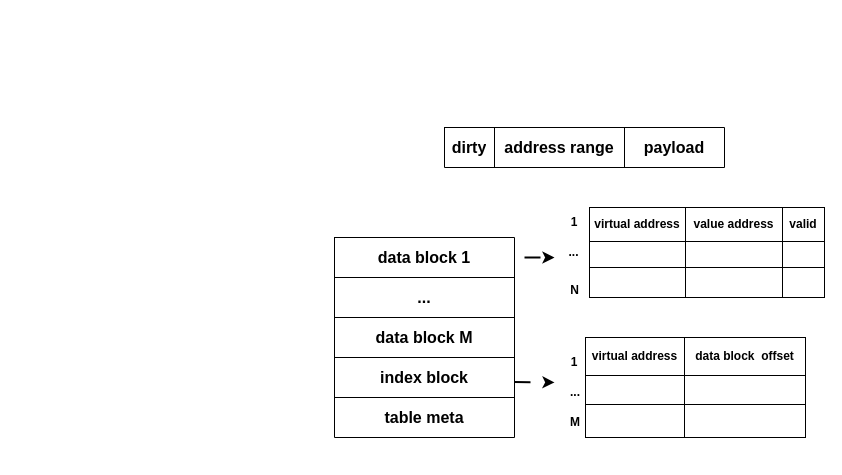
Before: AMTable.drawio in yeqiyi/drawIO, a draw.io diagram. Source tidied: cells renumbered, new cells numbered last; positions are measured from the earlier drawing's top-left corner, leaving out a move shared by most shapes. Both pictures are drawn from the tidied source at 100%, with x=0, y=0 at pixel (334, 127).
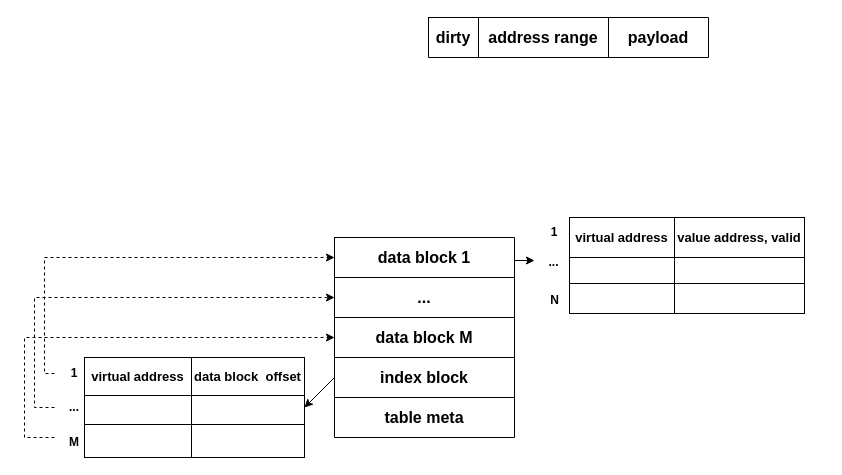
After the change.

The change refers to these unchanged cells:
```xml
<mxCell id="20" style="shape=tableRow;horizontal=0;startSize=0;swimlaneHead=0;swimlaneBody=0;strokeColor=inherit;top=0;left=0;bottom=0;right=0;fillColor=none;points=[[0,0.5],[1,0.5]];portConstraint=eastwest;fontSize=16;" parent="19" vertex="1">
  <mxGeometry width="180" height="40" as="geometry" />
</mxCell>
<mxCell id="24" style="shape=tableRow;horizontal=0;startSize=0;swimlaneHead=0;swimlaneBody=0;strokeColor=inherit;top=0;left=0;bottom=0;right=0;fillColor=none;points=[[0,0.5],[1,0.5]];portConstraint=eastwest;fontSize=16;" parent="19" vertex="1">
  <mxGeometry y="80" width="180" height="40" as="geometry" />
</mxCell>
<mxCell id="31" style="shape=tableRow;horizontal=0;startSize=0;swimlaneHead=0;swimlaneBody=0;top=0;left=0;bottom=0;right=0;fontStyle=0;fillColor=none;strokeColor=inherit;" parent="30" vertex="1">
  <mxGeometry width="220" height="38" as="geometry" />
</mxCell>
<mxCell id="34" style="shape=tableRow;horizontal=0;startSize=0;swimlaneHead=0;swimlaneBody=0;top=0;left=0;bottom=0;right=0;fontStyle=0;fillColor=none;strokeColor=inherit;" parent="30" vertex="1">
  <mxGeometry y="38" width="220" height="29" as="geometry" />
</mxCell>
<mxCell id="37" style="shape=tableRow;horizontal=0;startSize=0;swimlaneHead=0;swimlaneBody=0;top=0;left=0;bottom=0;right=0;fontStyle=0;fillColor=none;strokeColor=inherit;" parent="30" vertex="1">
  <mxGeometry y="67" width="220" height="33" as="geometry" />
</mxCell>
```

What changed in the source:
```diff
@@
     <mxCell id="2" style="childLayout=tableLayout;shadow=0;fillColor=none;" parent="1" vertex="1">
-      <mxGeometry x="255" y="80" width="235" height="90" as="geometry" />
+      <mxGeometry x="235" y="90" width="235" height="96" as="geometry" />
     </mxCell>
     <mxCell id="3" style="shape=tableRow;horizontal=0;startSize=0;swimlaneHead=0;swimlaneBody=0;top=0;left=0;bottom=0;right=0;fontStyle=0;fillColor=none;strokeColor=inherit;" parent="2" vertex="1">
-      <mxGeometry width="235" height="34" as="geometry" />
+      <mxGeometry width="235" height="40" as="geometry" />
     </mxCell>
-    <mxCell id="4" value="&lt;b&gt;virtual address&lt;/b&gt;" style="strokeColor=inherit;fillColor=none;align=center;whiteSpace=wrap;html=1;" parent="3" vertex="1">
-      <mxGeometry width="96" height="34" as="geometry" />
+    <mxCell id="4" value="&lt;b&gt;&lt;font style=&quot;font-size: 13px;&quot;&gt;virtual address&lt;/font&gt;&lt;/b&gt;" style="strokeColor=inherit;fillColor=none;align=center;whiteSpace=wrap;html=1;" parent="3" vertex="1">
+      <mxGeometry width="105" height="40" as="geometry" />
     </mxCell>
-    <mxCell id="5" value="&lt;b&gt;value address&lt;/b&gt;" style="strokeColor=inherit;fillColor=none;align=center;whiteSpace=wrap;html=1;" parent="3" vertex="1">
-      <mxGeometry x="96" width="97" height="34" as="geometry" />
+    <mxCell id="5" value="&lt;b&gt;&lt;font style=&quot;font-size: 13px;&quot;&gt;value address, valid&lt;/font&gt;&lt;/b&gt;" style="strokeColor=inherit;fillColor=none;align=center;whiteSpace=wrap;html=1;" parent="3" vertex="1">
+      <mxGeometry x="105" width="130" height="40" as="geometry" />
     </mxCell>
-    <mxCell id="6" value="&lt;b&gt;valid&lt;/b&gt;" style="strokeColor=inherit;fillColor=none;align=center;whiteSpace=wrap;html=1;" parent="3" vertex="1">
-      <mxGeometry x="193" width="42" height="34" as="geometry" />
-    </mxCell>
     <mxCell id="7" style="shape=tableRow;horizontal=0;startSize=0;swimlaneHead=0;swimlaneBody=0;top=0;left=0;bottom=0;right=0;fontStyle=0;fillColor=none;strokeColor=inherit;" parent="2" vertex="1">
-      <mxGeometry y="34" width="235" height="26" as="geometry" />
+      <mxGeometry y="40" width="235" height="26" as="geometry" />
     </mxCell>
     <mxCell id="8" style="strokeColor=inherit;fillColor=none;align=center;whiteSpace=wrap;html=1;" parent="7" vertex="1">
-      <mxGeometry width="96" height="26" as="geometry" />
+      <mxGeometry width="105" height="26" as="geometry" />
     </mxCell>
     <mxCell id="9" style="strokeColor=inherit;fillColor=none;align=center;whiteSpace=wrap;html=1;" parent="7" vertex="1">
-      <mxGeometry x="96" width="97" height="26" as="geometry" />
+      <mxGeometry x="105" width="130" height="26" as="geometry" />
     </mxCell>
-    <mxCell id="10" style="strokeColor=inherit;fillColor=none;align=center;whiteSpace=wrap;html=1;" parent="7" vertex="1">
-      <mxGeometry x="193" width="42" height="26" as="geometry" />
-    </mxCell>
     <mxCell id="11" style="shape=tableRow;horizontal=0;startSize=0;swimlaneHead=0;swimlaneBody=0;top=0;left=0;bottom=0;right=0;fontStyle=0;fillColor=none;strokeColor=inherit;" parent="2" vertex="1">
-      <mxGeometry y="60" width="235" height="30" as="geometry" />
+      <mxGeometry y="66" width="235" height="30" as="geometry" />
     </mxCell>
     <mxCell id="12" style="strokeColor=inherit;fillColor=none;align=center;whiteSpace=wrap;html=1;" parent="11" vertex="1">
-      <mxGeometry width="96" height="30" as="geometry" />
+      <mxGeometry width="105" height="30" as="geometry" />
     </mxCell>
     <mxCell id="13" style="strokeColor=inherit;fillColor=none;align=center;whiteSpace=wrap;html=1;" parent="11" vertex="1">
-      <mxGeometry x="96" width="97" height="30" as="geometry" />
+      <mxGeometry x="105" width="130" height="30" as="geometry" />
     </mxCell>
-    <mxCell id="14" style="strokeColor=inherit;fillColor=none;align=center;whiteSpace=wrap;html=1;" parent="11" vertex="1">
-      <mxGeometry x="193" width="42" height="30" as="geometry" />
-    </mxCell>
     <mxCell id="15" value="&lt;b&gt;1&lt;/b&gt;" style="text;html=1;strokeColor=none;fillColor=none;align=center;verticalAlign=middle;whiteSpace=wrap;rounded=0;" parent="1" vertex="1">
-      <mxGeometry x="210" y="80" width="60" height="30" as="geometry" />
+      <mxGeometry x="190" y="90" width="60" height="30" as="geometry" />
     </mxCell>
     <mxCell id="16" value="&lt;b&gt;...&lt;/b&gt;" style="text;html=1;align=center;verticalAlign=middle;strokeColor=none;fillColor=none;" parent="1" vertex="1">
-      <mxGeometry x="224" y="110" width="30" height="30" as="geometry" />
+      <mxGeometry x="204" y="120" width="30" height="30" as="geometry" />
     </mxCell>
     <mxCell id="17" value="&lt;b&gt;N&lt;/b&gt;" style="text;html=1;align=center;verticalAlign=middle;strokeColor=none;fillColor=none;" parent="1" vertex="1">
-      <mxGeometry x="225" y="148" width="30" height="30" as="geometry" />
+      <mxGeometry x="205" y="158" width="30" height="30" as="geometry" />
     </mxCell>
-    <mxCell id="18" style="endArrow=classic;html=1;rounded=0;dashed=1;dashPattern=8 8;strokeWidth=2;" parent="1" edge="1">
-      <mxGeometry relative="1" as="geometry">
-        <mxPoint x="190" y="130" as="sourcePoint" />
-        <mxPoint x="220" y="130" as="targetPoint" />
-        <Array as="points">
-          <mxPoint x="220" y="130" />
-        </Array>
-      </mxGeometry>
-    </mxCell>
@@
     <mxCell id="30" style="childLayout=tableLayout;shadow=0;fillColor=none;" parent="1" vertex="1">
-      <mxGeometry x="251" y="210" width="220" height="100" as="geometry" />
+      <mxGeometry x="-250" y="230" width="220" height="100" as="geometry" />
     </mxCell>
@@
-    <mxCell id="32" value="&lt;b&gt;virtual address&lt;/b&gt;" style="strokeColor=inherit;fillColor=none;align=center;whiteSpace=wrap;html=1;" parent="31" vertex="1">
-      <mxGeometry width="99" height="38" as="geometry" />
+    <mxCell id="32" value="&lt;b&gt;&lt;font style=&quot;font-size: 13px;&quot;&gt;virtual address&lt;/font&gt;&lt;/b&gt;" style="strokeColor=inherit;fillColor=none;align=center;whiteSpace=wrap;html=1;" parent="31" vertex="1">
+      <mxGeometry width="107" height="38" as="geometry" />
     </mxCell>
-    <mxCell id="33" value="&lt;b&gt;data block&amp;nbsp; offset&lt;/b&gt;" style="strokeColor=inherit;fillColor=none;align=center;whiteSpace=wrap;html=1;" parent="31" vertex="1">
-      <mxGeometry x="99" width="121" height="38" as="geometry" />
+    <mxCell id="33" value="&lt;b&gt;&lt;font style=&quot;font-size: 13px;&quot;&gt;data block&amp;nbsp; offset&lt;/font&gt;&lt;/b&gt;" style="strokeColor=inherit;fillColor=none;align=center;whiteSpace=wrap;html=1;" parent="31" vertex="1">
+      <mxGeometry x="107" width="113" height="38" as="geometry" />
     </mxCell>
@@
     <mxCell id="35" style="strokeColor=inherit;fillColor=none;align=center;whiteSpace=wrap;html=1;" parent="34" vertex="1">
-      <mxGeometry width="99" height="29" as="geometry" />
+      <mxGeometry width="107" height="29" as="geometry" />
     </mxCell>
     <mxCell id="36" style="strokeColor=inherit;fillColor=none;align=center;whiteSpace=wrap;html=1;" parent="34" vertex="1">
-      <mxGeometry x="99" width="121" height="29" as="geometry" />
+      <mxGeometry x="107" width="113" height="29" as="geometry" />
     </mxCell>
@@
     <mxCell id="38" style="strokeColor=inherit;fillColor=none;align=center;whiteSpace=wrap;html=1;" parent="37" vertex="1">
-      <mxGeometry width="99" height="33" as="geometry" />
+      <mxGeometry width="107" height="33" as="geometry" />
     </mxCell>
     <mxCell id="39" style="strokeColor=inherit;fillColor=none;align=center;whiteSpace=wrap;html=1;" parent="37" vertex="1">
-      <mxGeometry x="99" width="121" height="33" as="geometry" />
+      <mxGeometry x="107" width="113" height="33" as="geometry" />
     </mxCell>
     <mxCell id="40" value="&lt;b&gt;1&lt;/b&gt;" style="text;html=1;strokeColor=none;fillColor=none;align=center;verticalAlign=middle;whiteSpace=wrap;rounded=0;" parent="1" vertex="1">
-      <mxGeometry x="210" y="220" width="60" height="30" as="geometry" />
+      <mxGeometry x="-280" y="230" width="40" height="32" as="geometry" />
     </mxCell>
-    <mxCell id="41" value="&lt;b&gt;...&lt;/b&gt;" style="text;html=1;strokeColor=none;fillColor=none;align=center;verticalAlign=middle;whiteSpace=wrap;rounded=0;" parent="1" vertex="1">
-      <mxGeometry x="211" y="250" width="60" height="30" as="geometry" />
-    </mxCell>
     <mxCell id="42" value="&lt;b&gt;M&lt;/b&gt;" style="text;html=1;strokeColor=none;fillColor=none;align=center;verticalAlign=middle;whiteSpace=wrap;rounded=0;" parent="1" vertex="1">
-      <mxGeometry x="211" y="280" width="60" height="30" as="geometry" />
+      <mxGeometry x="-290" y="300" width="60" height="30" as="geometry" />
     </mxCell>
-    <mxCell id="43" style="endArrow=classic;html=1;rounded=0;dashed=1;dashPattern=8 8;strokeWidth=2;" parent="1" edge="1">
-      <mxGeometry relative="1" as="geometry">
-        <mxPoint x="180" y="254.5" as="sourcePoint" />
-        <mxPoint x="220" y="255" as="targetPoint" />
-      </mxGeometry>
-    </mxCell>
     <mxCell id="44" style="shape=table;startSize=0;childLayout=tableLayout;fontSize=16;" parent="1" vertex="1">
-      <mxGeometry x="110" width="280" height="40" as="geometry" />
+      <mxGeometry x="94" y="-110" width="280" height="40" as="geometry" />
     </mxCell>
@@
+    <mxCell id="49" style="endArrow=classic;html=1;rounded=0;strokeWidth=1;" parent="1" edge="1">
+      <mxGeometry relative="1" as="geometry">
+        <mxPoint y="250" as="sourcePoint" />
+        <mxPoint x="-30" y="280" as="targetPoint" />
+      </mxGeometry>
+    </mxCell>
+    <mxCell id="50" style="endArrow=classic;html=1;rounded=0;entryX=0;entryY=0.5;entryDx=0;entryDy=0;dashed=1;exitX=0;exitY=0.5;exitDx=0;exitDy=0;" parent="1" edge="1" source="40" target="20">
+      <mxGeometry relative="1" as="geometry">
+        <Array as="points">
+          <mxPoint x="-290" y="246" />
+          <mxPoint x="-290" y="130" />
+        </Array>
+      </mxGeometry>
+    </mxCell>
+    <mxCell id="51" style="endArrow=classic;html=1;rounded=0;entryX=0;entryY=0.5;entryDx=0;entryDy=0;dashed=1;" parent="1" edge="1" target="24">
+      <mxGeometry relative="1" as="geometry">
+        <mxPoint x="-280" y="310" as="sourcePoint" />
+        <Array as="points">
+          <mxPoint x="-310" y="310" />
+          <mxPoint x="-310" y="210" />
+        </Array>
+      </mxGeometry>
+    </mxCell>
+    <mxCell id="52" style="endArrow=classic;html=1;rounded=0;" parent="1" edge="1">
+      <mxGeometry relative="1" as="geometry">
+        <mxPoint x="180" y="133" as="sourcePoint" />
+        <mxPoint x="200" y="133" as="targetPoint" />
+      </mxGeometry>
+    </mxCell>
+    <mxCell id="41" value="&lt;b&gt;...&lt;/b&gt;" style="text;html=1;strokeColor=none;fillColor=none;align=center;verticalAlign=middle;whiteSpace=wrap;rounded=0;" parent="1" vertex="1">
+      <mxGeometry x="-280" y="264" width="40" height="32" as="geometry" />
+    </mxCell>
+    <mxCell id="53" style="endArrow=classic;html=1;rounded=0;entryX=0;entryY=0.5;entryDx=0;entryDy=0;dashed=1;exitX=0;exitY=0.5;exitDx=0;exitDy=0;" parent="1" edge="1" source="41">
+      <mxGeometry relative="1" as="geometry">
+        <mxPoint y="170" as="targetPoint" />
+        <Array as="points">
+          <mxPoint x="-300" y="280" />
+          <mxPoint x="-300" y="170" />
+        </Array>
+      </mxGeometry>
+    </mxCell>
```
